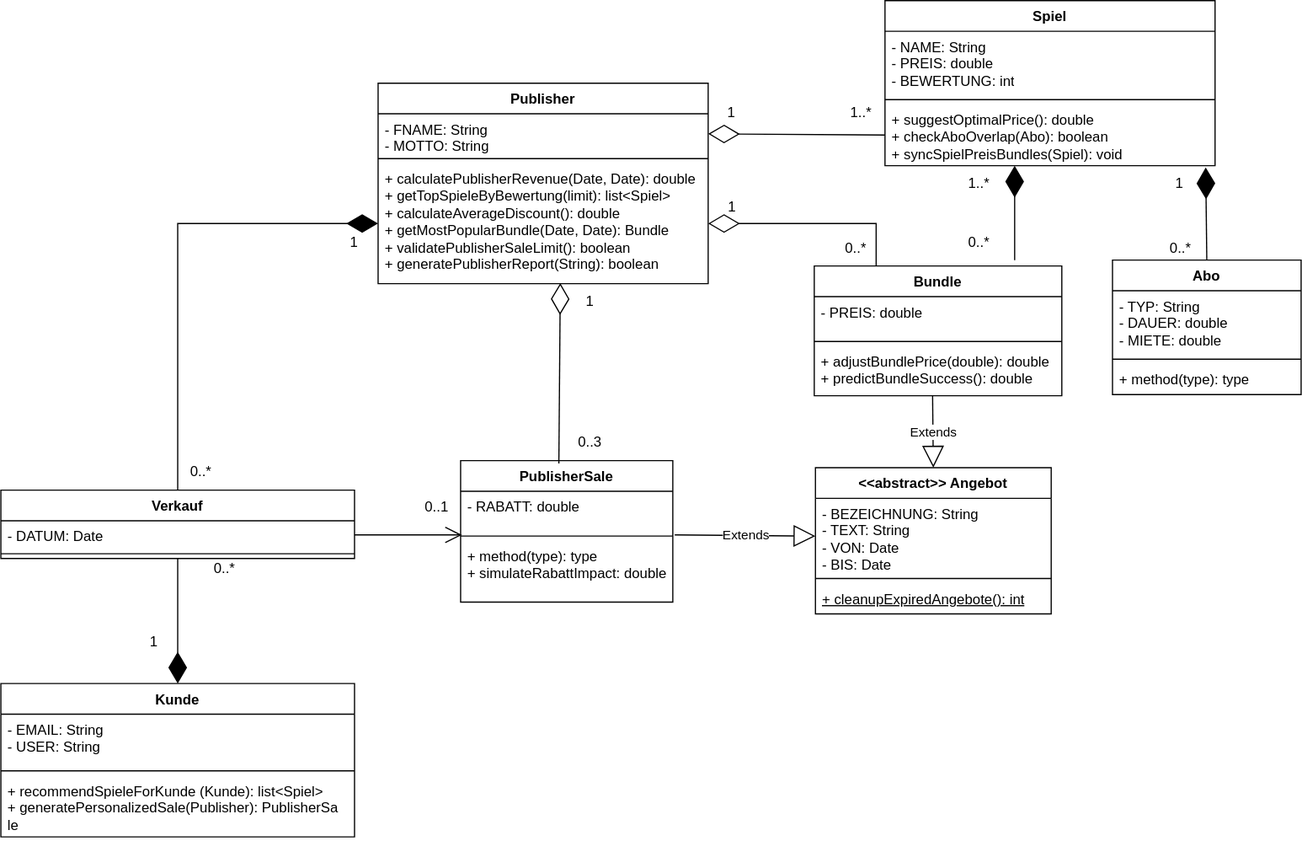
This is PublisherUML.drawio.svg from Azok42/Publisher, a draw.io export, as it was before one commit. Source tidied: cells renumbered, new cells last; positions are measured from the earlier drawing's top-left corner, leaving out a move shared by most shapes.
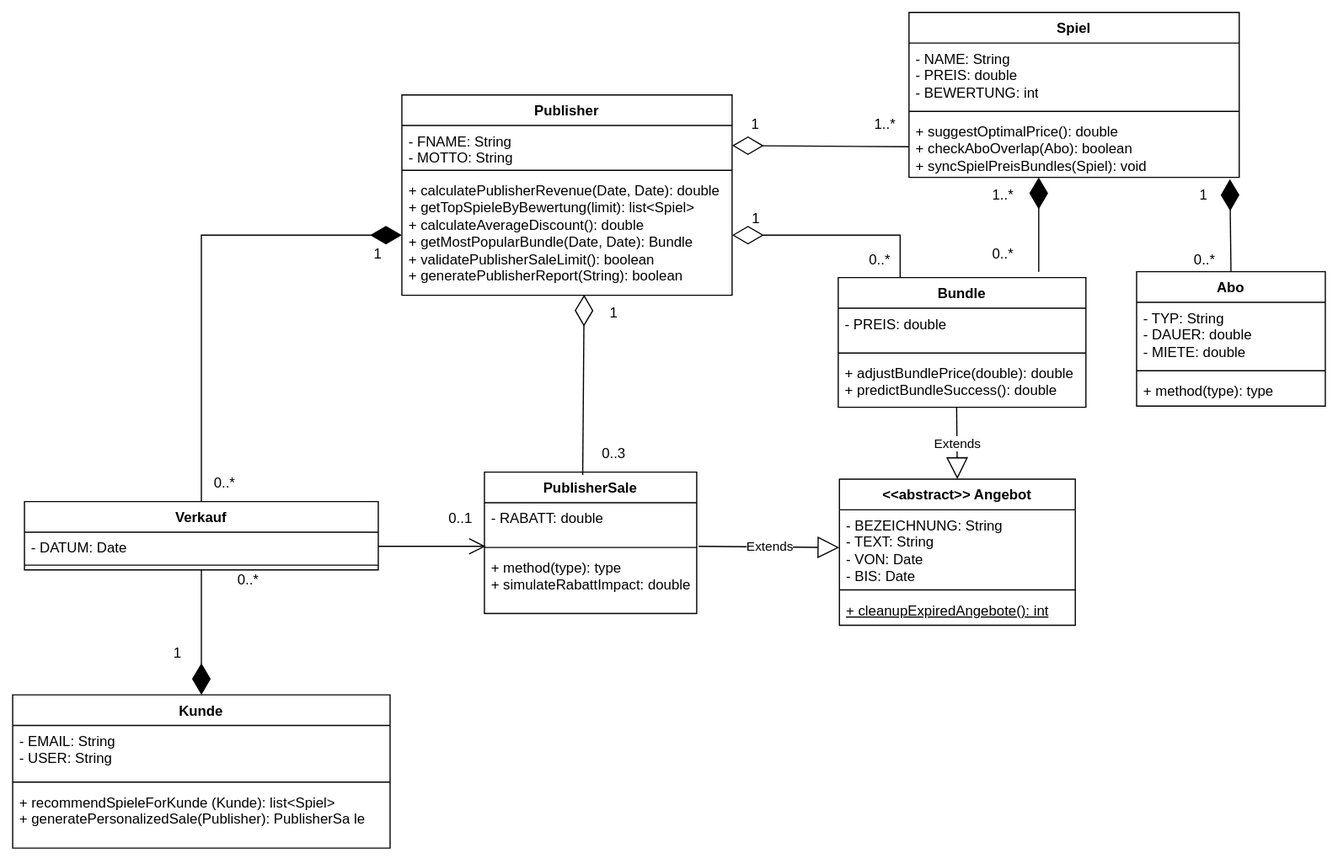
Later version of the same file.

The edit, as a diff of the source:
```diff
@@ -1,4 +1,4 @@
-<mxGraphModel>
+<mxGraphModel background="#ffffff">
   <root>
     <mxCell id="0" />
     <mxCell id="1" parent="0" />
@@ -75,16 +75,16 @@
       <mxGeometry y="68" width="180" height="52" as="geometry" />
     </mxCell>
     <mxCell id="26" value="Kunde" style="swimlane;fontStyle=1;align=center;verticalAlign=top;horizontal=1;startSize=26;whiteSpace=wrap;html=1;" parent="1" vertex="1">
-      <mxGeometry y="579" width="300" height="130" as="geometry" />
+      <mxGeometry x="-10" y="579" width="320" height="130" as="geometry" />
     </mxCell>
     <mxCell id="27" value="- EMAIL: String&lt;div&gt;- USER: String&lt;/div&gt;" style="text;strokeColor=none;fillColor=none;align=left;verticalAlign=top;spacingLeft=4;spacingRight=4;overflow=hidden;whiteSpace=wrap;html=1;" parent="26" vertex="1">
-      <mxGeometry y="26" width="300" height="44" as="geometry" />
+      <mxGeometry y="26" width="320" height="44" as="geometry" />
     </mxCell>
     <mxCell id="28" style="line;strokeWidth=1;fillColor=none;align=left;verticalAlign=middle;spacingTop=-1;spacingLeft=3;spacingRight=3;labelPosition=right;strokeColor=inherit;" parent="26" vertex="1">
-      <mxGeometry y="70" width="300" height="8" as="geometry" />
+      <mxGeometry y="70" width="320" height="8" as="geometry" />
     </mxCell>
     <mxCell id="29" value="+ recommendSpieleForKunde (Kunde): list&amp;lt;Spiel&amp;gt;&lt;div&gt;+ generatePersonalizedSale(Publisher): PublisherSa&lt;span style=&quot;background-color: transparent;&quot;&gt;le&lt;/span&gt;&lt;/div&gt;" style="text;strokeColor=none;fillColor=none;align=left;verticalAlign=top;spacingLeft=4;spacingRight=4;overflow=hidden;whiteSpace=wrap;html=1;" parent="26" vertex="1">
-      <mxGeometry y="78" width="300" height="52" as="geometry" />
+      <mxGeometry y="78" width="320" height="52" as="geometry" />
     </mxCell>
     <mxCell id="30" style="endArrow=diamondThin;endFill=0;endSize=24;html=1;rounded=0;entryX=1;entryY=0.5;entryDx=0;entryDy=0;exitX=0;exitY=0.5;exitDx=0;exitDy=0;" parent="1" edge="1" source="9" target="3">
       <mxGeometry relative="1" as="geometry" />
```
